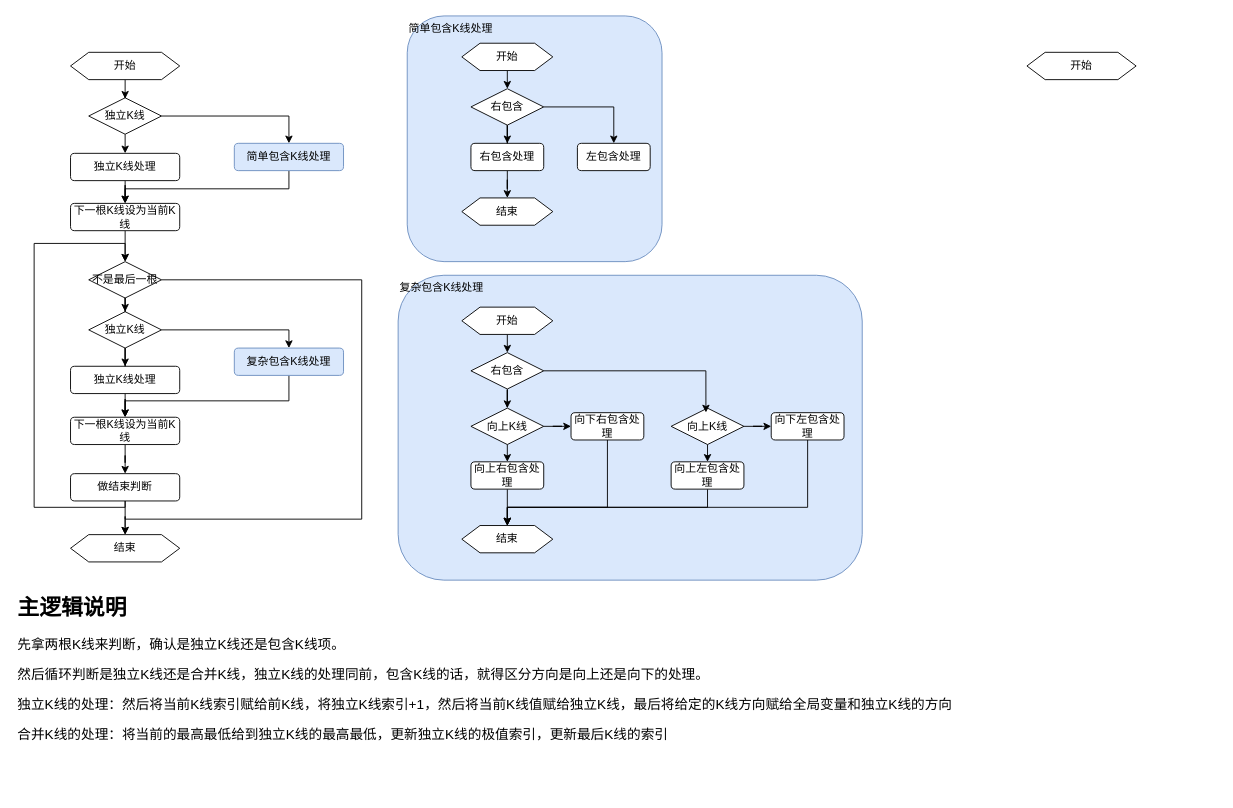
The draw.io diagram doc/缠论算法.drawio in luhouxiang/algo-multiple-pro-ui, before the edit. Source tidied: cells renumbered, new cells numbered last; positions are measured from the earlier drawing's top-left corner, leaving out a move shared by most shapes. Both pictures are drawn from the tidied source at 91%, with x=0, y=0 at pixel (15, 15).
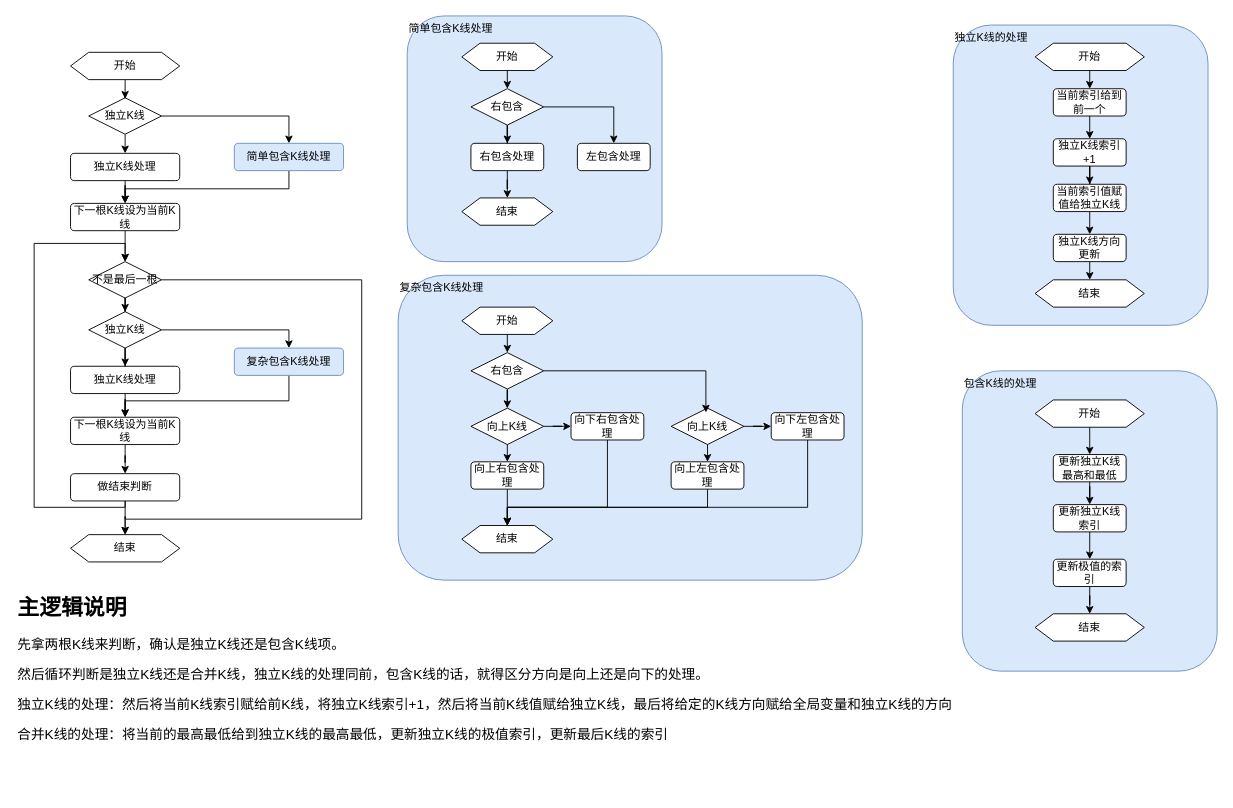
The same diagram, later.

Commit message:
Feat: 更新流程图

Diff of the diagram source:
```diff
@@
+    <mxCell id="62" style="group;" parent="1" vertex="1">
+      <mxGeometry x="1040" y="390" width="280" height="330" as="geometry" />
+    </mxCell>
+    <mxCell id="63" value="包含K线的处理" style="rounded=1;whiteSpace=wrap;html=1;fillColor=#dae8fc;strokeColor=#6c8ebf;verticalAlign=top;align=left;" parent="62" vertex="1">
+      <mxGeometry width="280" height="330" as="geometry" />
+    </mxCell>
+    <mxCell id="64" style="edgeStyle=orthogonalEdgeStyle;rounded=0;jettySize=auto;html=1;exitX=0.5;exitY=1;exitDx=0;exitDy=0;entryX=0.5;entryY=0;entryDx=0;entryDy=0;" parent="62" edge="1" source="65" target="67">
+      <mxGeometry relative="1" as="geometry" />
+    </mxCell>
+    <mxCell id="65" value="开始" style="shape=hexagon;perimeter=hexagonPerimeter2;whiteSpace=wrap;html=1;fixedSize=1;" parent="62" vertex="1">
+      <mxGeometry x="80" y="32" width="120" height="30" as="geometry" />
+    </mxCell>
+    <mxCell id="66" style="edgeStyle=orthogonalEdgeStyle;rounded=0;jettySize=auto;html=1;exitX=0.5;exitY=1;exitDx=0;exitDy=0;" parent="62" edge="1" source="67" target="69">
+      <mxGeometry relative="1" as="geometry" />
+    </mxCell>
+    <mxCell id="67" value="更新独立K线最高和最低" style="rounded=1;whiteSpace=wrap;html=1;" parent="62" vertex="1">
+      <mxGeometry x="100" y="92" width="80" height="30" as="geometry" />
+    </mxCell>
+    <mxCell id="68" style="edgeStyle=orthogonalEdgeStyle;rounded=0;jettySize=auto;html=1;exitX=0.5;exitY=1;exitDx=0;exitDy=0;entryX=0.5;entryY=0;entryDx=0;entryDy=0;" parent="62" edge="1" source="69" target="71">
+      <mxGeometry relative="1" as="geometry" />
+    </mxCell>
+    <mxCell id="69" value="更新独立K线索引" style="rounded=1;whiteSpace=wrap;html=1;" parent="62" vertex="1">
+      <mxGeometry x="100" y="147" width="80" height="30" as="geometry" />
+    </mxCell>
+    <mxCell id="70" style="edgeStyle=orthogonalEdgeStyle;rounded=0;jettySize=auto;html=1;exitX=0.5;exitY=1;exitDx=0;exitDy=0;" parent="62" edge="1" source="71" target="72">
+      <mxGeometry relative="1" as="geometry" />
+    </mxCell>
+    <mxCell id="71" value="更新极值的索引" style="rounded=1;whiteSpace=wrap;html=1;" parent="62" vertex="1">
+      <mxGeometry x="100" y="207" width="80" height="30" as="geometry" />
+    </mxCell>
+    <mxCell id="72" value="结束" style="shape=hexagon;perimeter=hexagonPerimeter2;whiteSpace=wrap;html=1;fixedSize=1;" parent="62" vertex="1">
+      <mxGeometry x="80" y="267" width="120" height="30" as="geometry" />
+    </mxCell>
+    <mxCell id="73" style="group;" parent="1" vertex="1">
+      <mxGeometry x="1030" y="10" width="280" height="330" as="geometry" />
+    </mxCell>
+    <mxCell id="74" value="独立K线的处理" style="rounded=1;whiteSpace=wrap;html=1;fillColor=#dae8fc;strokeColor=#6c8ebf;verticalAlign=top;align=left;" parent="73" vertex="1">
+      <mxGeometry width="280" height="330" as="geometry" />
+    </mxCell>
+    <mxCell id="75" style="edgeStyle=orthogonalEdgeStyle;rounded=0;jettySize=auto;html=1;exitX=0.5;exitY=1;exitDx=0;exitDy=0;" parent="73" edge="1" source="61">
+      <mxGeometry relative="1" as="geometry">
+        <mxPoint x="150" y="70" as="targetPoint" />
+      </mxGeometry>
+    </mxCell>
-    <mxCell id="61" value="开始" style="shape=hexagon;perimeter=hexagonPerimeter2;whiteSpace=wrap;html=1;fixedSize=1;" parent="1" vertex="1">
-      <mxGeometry x="1111" y="40" width="120" height="30" as="geometry" />
+    <mxCell id="61" value="开始" style="shape=hexagon;perimeter=hexagonPerimeter2;whiteSpace=wrap;html=1;fixedSize=1;" parent="73" vertex="1">
+      <mxGeometry x="90" y="20" width="120" height="30" as="geometry" />
     </mxCell>
+    <mxCell id="76" style="edgeStyle=orthogonalEdgeStyle;rounded=0;jettySize=auto;html=1;exitX=0.5;exitY=1;exitDx=0;exitDy=0;entryX=0.5;entryY=0;entryDx=0;entryDy=0;" parent="73" edge="1" source="77" target="79">
+      <mxGeometry relative="1" as="geometry" />
+    </mxCell>
+    <mxCell id="77" value="当前索引给到前一个" style="rounded=1;whiteSpace=wrap;html=1;" parent="73" vertex="1">
+      <mxGeometry x="110" y="70" width="80" height="30" as="geometry" />
+    </mxCell>
+    <mxCell id="78" style="edgeStyle=orthogonalEdgeStyle;rounded=0;jettySize=auto;html=1;exitX=0.5;exitY=1;exitDx=0;exitDy=0;" parent="73" edge="1" source="79" target="81">
+      <mxGeometry relative="1" as="geometry" />
+    </mxCell>
+    <mxCell id="79" value="独立K线索引+1" style="rounded=1;whiteSpace=wrap;html=1;" parent="73" vertex="1">
+      <mxGeometry x="110" y="125" width="80" height="30" as="geometry" />
+    </mxCell>
+    <mxCell id="80" style="edgeStyle=orthogonalEdgeStyle;rounded=0;jettySize=auto;html=1;exitX=0.5;exitY=1;exitDx=0;exitDy=0;entryX=0.5;entryY=0;entryDx=0;entryDy=0;" parent="73" edge="1" source="81" target="83">
+      <mxGeometry relative="1" as="geometry" />
+    </mxCell>
+    <mxCell id="81" value="当前索引值赋值给独立K线" style="rounded=1;whiteSpace=wrap;html=1;" parent="73" vertex="1">
+      <mxGeometry x="110" y="175" width="80" height="30" as="geometry" />
+    </mxCell>
+    <mxCell id="82" style="edgeStyle=orthogonalEdgeStyle;rounded=0;jettySize=auto;html=1;exitX=0.5;exitY=1;exitDx=0;exitDy=0;entryX=0.5;entryY=0;entryDx=0;entryDy=0;" parent="73" edge="1" source="83" target="84">
+      <mxGeometry relative="1" as="geometry" />
+    </mxCell>
+    <mxCell id="83" value="独立K线方向更新" style="rounded=1;whiteSpace=wrap;html=1;" parent="73" vertex="1">
+      <mxGeometry x="110" y="230" width="80" height="30" as="geometry" />
+    </mxCell>
+    <mxCell id="84" value="结束" style="shape=hexagon;perimeter=hexagonPerimeter2;whiteSpace=wrap;html=1;fixedSize=1;" parent="73" vertex="1">
+      <mxGeometry x="90" y="280" width="120" height="30" as="geometry" />
+    </mxCell>
```
